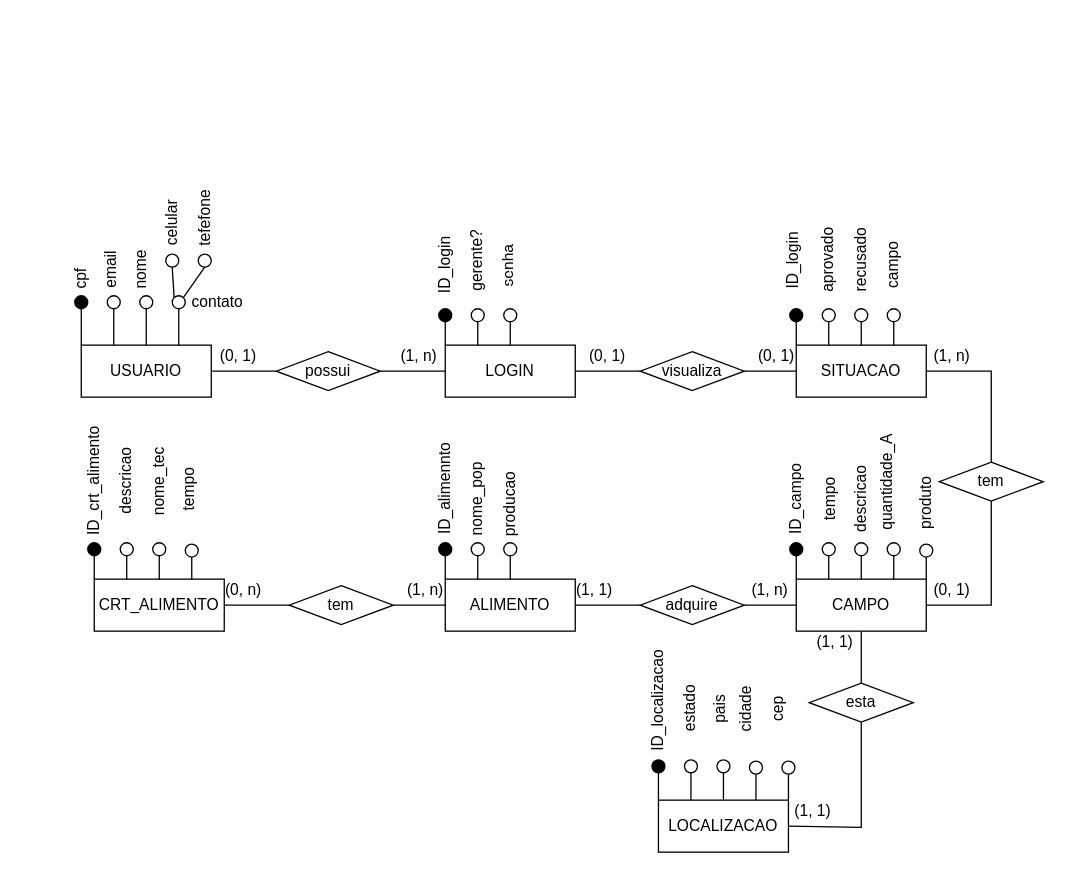
This is conceitual.drawio from Thiago163/api_sistema_trienal, a draw.io file, before an edit. Source tidied: cells renumbered, new cells numbered last; positions are measured from the earlier drawing's top-left corner, leaving out a move shared by most shapes. Both pictures are drawn from the tidied source at 130%, with x=0, y=0 at pixel (61, 207).
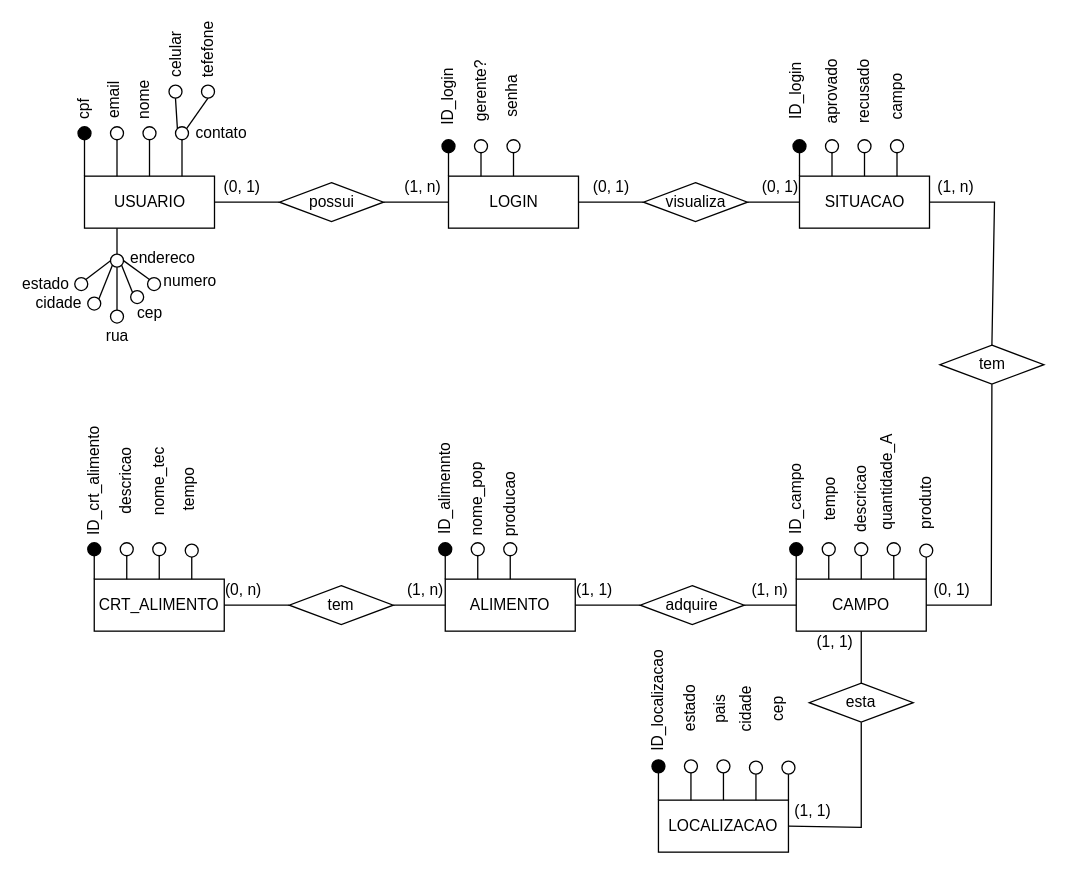
Above is the later version.

The edit, as a diff of the source:
```diff
@@
     <mxCell id="2" value="USUARIO" style="rounded=0;whiteSpace=wrap;html=1;" parent="1" vertex="1">
-      <mxGeometry x="15" y="106" width="100" height="40" as="geometry" />
+      <mxGeometry x="17.5" y="-24" width="100" height="40" as="geometry" />
     </mxCell>
     <mxCell id="3" value="LOGIN" style="rounded=0;whiteSpace=wrap;html=1;" parent="1" vertex="1">
-      <mxGeometry x="295" y="106" width="100" height="40" as="geometry" />
+      <mxGeometry x="297.5" y="-24" width="100" height="40" as="geometry" />
     </mxCell>
@@
     <mxCell id="5" value="SITUACAO" style="rounded=0;whiteSpace=wrap;html=1;" parent="1" vertex="1">
-      <mxGeometry x="565" y="106" width="100" height="40" as="geometry" />
+      <mxGeometry x="567.5" y="-24" width="100" height="40" as="geometry" />
     </mxCell>
@@
     <mxCell id="9" value="possui" style="rhombus;whiteSpace=wrap;html=1;" parent="1" vertex="1">
-      <mxGeometry x="165" y="111" width="80" height="30" as="geometry" />
+      <mxGeometry x="167.5" y="-19" width="80" height="30" as="geometry" />
     </mxCell>
     <mxCell id="10" value="visualiza" style="rhombus;whiteSpace=wrap;html=1;" parent="1" vertex="1">
-      <mxGeometry x="445" y="111" width="80" height="30" as="geometry" />
+      <mxGeometry x="447.5" y="-19" width="80" height="30" as="geometry" />
     </mxCell>
     <mxCell id="11" value="tem" style="rhombus;whiteSpace=wrap;html=1;" parent="1" vertex="1">
-      <mxGeometry x="675" y="196" width="80" height="30" as="geometry" />
+      <mxGeometry x="675.5" y="106" width="80" height="30" as="geometry" />
     </mxCell>
@@
     <mxCell id="15" style="ellipse;whiteSpace=wrap;html=1;fillColor=#000000;" parent="1" vertex="1">
-      <mxGeometry x="10" y="68" width="10" height="10" as="geometry" />
+      <mxGeometry x="12.5" y="-62" width="10" height="10" as="geometry" />
     </mxCell>
@@
     <mxCell id="17" style="ellipse;whiteSpace=wrap;html=1;" parent="1" vertex="1">
-      <mxGeometry x="35" y="68" width="10" height="10" as="geometry" />
+      <mxGeometry x="37.5" y="-62" width="10" height="10" as="geometry" />
     </mxCell>
@@
     <mxCell id="19" style="ellipse;whiteSpace=wrap;html=1;" parent="1" vertex="1">
-      <mxGeometry x="60" y="68" width="10" height="10" as="geometry" />
+      <mxGeometry x="62.5" y="-62" width="10" height="10" as="geometry" />
     </mxCell>
@@
     <mxCell id="21" style="ellipse;whiteSpace=wrap;html=1;" parent="1" vertex="1">
-      <mxGeometry x="85" y="68" width="10" height="10" as="geometry" />
+      <mxGeometry x="87.5" y="-62" width="10" height="10" as="geometry" />
     </mxCell>
@@
     <mxCell id="23" style="ellipse;whiteSpace=wrap;html=1;" parent="1" vertex="1">
-      <mxGeometry x="80" y="36" width="10" height="10" as="geometry" />
+      <mxGeometry x="82.5" y="-94" width="10" height="10" as="geometry" />
     </mxCell>
     <mxCell id="24" style="ellipse;whiteSpace=wrap;html=1;" parent="1" vertex="1">
-      <mxGeometry x="105" y="36" width="10" height="10" as="geometry" />
+      <mxGeometry x="107.5" y="-94" width="10" height="10" as="geometry" />
     </mxCell>
@@
     <mxCell id="27" style="ellipse;whiteSpace=wrap;html=1;fillColor=#000000;" parent="1" vertex="1">
-      <mxGeometry x="290" y="78" width="10" height="10" as="geometry" />
+      <mxGeometry x="292.5" y="-52" width="10" height="10" as="geometry" />
     </mxCell>
@@
     <mxCell id="29" style="ellipse;whiteSpace=wrap;html=1;" parent="1" vertex="1">
-      <mxGeometry x="315" y="78" width="10" height="10" as="geometry" />
+      <mxGeometry x="317.5" y="-52" width="10" height="10" as="geometry" />
     </mxCell>
@@
     <mxCell id="31" style="ellipse;whiteSpace=wrap;html=1;" parent="1" vertex="1">
-      <mxGeometry x="340" y="78" width="10" height="10" as="geometry" />
+      <mxGeometry x="342.5" y="-52" width="10" height="10" as="geometry" />
     </mxCell>
@@
     <mxCell id="33" style="ellipse;whiteSpace=wrap;html=1;fillColor=#000000;" parent="1" vertex="1">
-      <mxGeometry x="560" y="78" width="10" height="10" as="geometry" />
+      <mxGeometry x="562.5" y="-52" width="10" height="10" as="geometry" />
     </mxCell>
@@
     <mxCell id="35" style="ellipse;whiteSpace=wrap;html=1;" parent="1" vertex="1">
-      <mxGeometry x="585" y="78" width="10" height="10" as="geometry" />
+      <mxGeometry x="587.5" y="-52" width="10" height="10" as="geometry" />
     </mxCell>
@@
     <mxCell id="37" style="ellipse;whiteSpace=wrap;html=1;" parent="1" vertex="1">
-      <mxGeometry x="610" y="78" width="10" height="10" as="geometry" />
+      <mxGeometry x="612.5" y="-52" width="10" height="10" as="geometry" />
     </mxCell>
@@
     <mxCell id="39" style="ellipse;whiteSpace=wrap;html=1;" parent="1" vertex="1">
-      <mxGeometry x="635" y="78" width="10" height="10" as="geometry" />
+      <mxGeometry x="637.5" y="-52" width="10" height="10" as="geometry" />
     </mxCell>
@@
     <mxCell id="79" style="endArrow=none;html=1;rounded=0;exitX=0.5;exitY=0;exitDx=0;exitDy=0;entryX=1;entryY=0.5;entryDx=0;entryDy=0;" parent="1" edge="1" source="11" target="5">
       <mxGeometry relative="1" as="geometry">
         <Array as="points">
-          <mxPoint x="715" y="126" />
+          <mxPoint x="717.5" y="-4" />
         </Array>
       </mxGeometry>
     </mxCell>
@@
     <mxCell id="87" value="cpf" style="text;html=1;align=center;verticalAlign=middle;whiteSpace=wrap;rounded=0;rotation=-90;" parent="1" vertex="1">
-      <mxGeometry y="46" width="30" height="18" as="geometry" />
+      <mxGeometry x="2.5" y="-84" width="30" height="18" as="geometry" />
     </mxCell>
     <mxCell id="88" value="email" style="text;html=1;align=center;verticalAlign=middle;whiteSpace=wrap;rounded=0;rotation=-90;" parent="1" vertex="1">
-      <mxGeometry x="23" y="39" width="30" height="18" as="geometry" />
+      <mxGeometry x="25.5" y="-91" width="30" height="18" as="geometry" />
     </mxCell>
     <mxCell id="89" value="nome" style="text;html=1;align=center;verticalAlign=middle;whiteSpace=wrap;rounded=0;rotation=-90;" parent="1" vertex="1">
-      <mxGeometry x="46" y="39" width="30" height="18" as="geometry" />
+      <mxGeometry x="48.5" y="-91" width="30" height="18" as="geometry" />
     </mxCell>
     <mxCell id="90" value="contato" style="text;html=1;align=center;verticalAlign=middle;whiteSpace=wrap;rounded=0;rotation=0;" parent="1" vertex="1">
-      <mxGeometry x="105" y="64" width="30" height="18" as="geometry" />
+      <mxGeometry x="107.5" y="-66" width="30" height="18" as="geometry" />
     </mxCell>
     <mxCell id="91" value="celular" style="text;html=1;align=center;verticalAlign=middle;whiteSpace=wrap;rounded=0;rotation=-90;" parent="1" vertex="1">
-      <mxGeometry x="67.5" y="3.5" width="35" height="18" as="geometry" />
+      <mxGeometry x="70" y="-126.5" width="35" height="18" as="geometry" />
     </mxCell>
     <mxCell id="92" value="tefefone" style="text;html=1;align=center;verticalAlign=middle;whiteSpace=wrap;rounded=0;rotation=-90;" parent="1" vertex="1">
-      <mxGeometry x="88.8" y="-0.2" width="42.5" height="18" as="geometry" />
+      <mxGeometry x="91.2" y="-130.2" width="42.5" height="18" as="geometry" />
     </mxCell>
     <mxCell id="93" value="ID_login" style="text;html=1;align=center;verticalAlign=middle;whiteSpace=wrap;rounded=0;rotation=-90;" parent="1" vertex="1">
-      <mxGeometry x="272.5" y="36" width="45" height="18" as="geometry" />
+      <mxGeometry x="275" y="-94" width="45" height="18" as="geometry" />
     </mxCell>
     <mxCell id="94" value="gerente?" style="text;html=1;align=center;verticalAlign=middle;whiteSpace=wrap;rounded=0;rotation=-90;" parent="1" vertex="1">
-      <mxGeometry x="295" y="32" width="50" height="18" as="geometry" />
+      <mxGeometry x="297.5" y="-98" width="50" height="18" as="geometry" />
     </mxCell>
     <mxCell id="95" value="senha" style="text;html=1;align=center;verticalAlign=middle;whiteSpace=wrap;rounded=0;rotation=-90;" parent="1" vertex="1">
-      <mxGeometry x="319" y="36" width="50" height="18" as="geometry" />
+      <mxGeometry x="321.5" y="-94" width="50" height="18" as="geometry" />
     </mxCell>
     <mxCell id="96" value="ID_login" style="text;html=1;align=center;verticalAlign=middle;whiteSpace=wrap;rounded=0;rotation=-90;" parent="1" vertex="1">
-      <mxGeometry x="540" y="32" width="45" height="18" as="geometry" />
+      <mxGeometry x="542.5" y="-98" width="45" height="18" as="geometry" />
     </mxCell>
     <mxCell id="97" value="aprovado" style="text;html=1;align=center;verticalAlign=middle;whiteSpace=wrap;rounded=0;rotation=-90;" parent="1" vertex="1">
-      <mxGeometry x="567.5" y="32" width="45" height="18" as="geometry" />
+      <mxGeometry x="570" y="-98" width="45" height="18" as="geometry" />
     </mxCell>
     <mxCell id="98" value="recusado" style="text;html=1;align=center;verticalAlign=middle;whiteSpace=wrap;rounded=0;rotation=-90;" parent="1" vertex="1">
-      <mxGeometry x="592.5" y="32" width="45" height="18" as="geometry" />
+      <mxGeometry x="595" y="-98" width="45" height="18" as="geometry" />
     </mxCell>
     <mxCell id="99" value="campo" style="text;html=1;align=center;verticalAlign=middle;whiteSpace=wrap;rounded=0;rotation=-90;" parent="1" vertex="1">
-      <mxGeometry x="617.5" y="36" width="45" height="18" as="geometry" />
+      <mxGeometry x="620" y="-94" width="45" height="18" as="geometry" />
     </mxCell>
@@
     <mxCell id="117" value="(0, 1)" style="text;html=1;align=center;verticalAlign=middle;whiteSpace=wrap;rounded=0;rotation=0;" parent="1" vertex="1">
-      <mxGeometry x="121" y="106" width="30" height="18" as="geometry" />
+      <mxGeometry x="123.5" y="-24" width="30" height="18" as="geometry" />
     </mxCell>
     <mxCell id="118" value="(1, n)" style="text;html=1;align=center;verticalAlign=middle;whiteSpace=wrap;rounded=0;rotation=0;" parent="1" vertex="1">
-      <mxGeometry x="260" y="106" width="30" height="18" as="geometry" />
+      <mxGeometry x="262.5" y="-24" width="30" height="18" as="geometry" />
     </mxCell>
     <mxCell id="119" value="(0, 1)" style="text;html=1;align=center;verticalAlign=middle;whiteSpace=wrap;rounded=0;rotation=0;" parent="1" vertex="1">
-      <mxGeometry x="405" y="106" width="30" height="18" as="geometry" />
+      <mxGeometry x="407.5" y="-24" width="30" height="18" as="geometry" />
     </mxCell>
     <mxCell id="120" value="(0, 1)" style="text;html=1;align=center;verticalAlign=middle;whiteSpace=wrap;rounded=0;rotation=0;" parent="1" vertex="1">
-      <mxGeometry x="535" y="106" width="30" height="18" as="geometry" />
+      <mxGeometry x="537.5" y="-24" width="30" height="18" as="geometry" />
     </mxCell>
     <mxCell id="121" value="(1, n)" style="text;html=1;align=center;verticalAlign=middle;whiteSpace=wrap;rounded=0;rotation=0;" parent="1" vertex="1">
-      <mxGeometry x="670" y="106" width="30" height="18" as="geometry" />
+      <mxGeometry x="672.5" y="-24" width="30" height="18" as="geometry" />
     </mxCell>
@@
+    <mxCell id="129" value="&lt;font style=&quot;font-size: 12px;&quot;&gt;endereco&lt;/font&gt;" style="text;html=1;align=center;verticalAlign=middle;whiteSpace=wrap;rounded=0;rotation=0;" parent="1" vertex="1">
+      <mxGeometry x="62.5" y="31" width="30" height="15" as="geometry" />
+    </mxCell>
+    <mxCell id="130" style="ellipse;whiteSpace=wrap;html=1;" parent="1" vertex="1">
+      <mxGeometry x="37.5" y="36" width="10" height="10" as="geometry" />
+    </mxCell>
+    <mxCell id="131" style="endArrow=none;html=1;rounded=0;entryX=0.25;entryY=1;entryDx=0;entryDy=0;exitX=0.5;exitY=0;exitDx=0;exitDy=0;" parent="1" edge="1" source="130" target="2">
+      <mxGeometry relative="1" as="geometry" />
+    </mxCell>
+    <mxCell id="132" style="endArrow=none;html=1;rounded=0;entryX=0;entryY=1;entryDx=0;entryDy=0;exitX=1;exitY=0;exitDx=0;exitDy=0;" parent="1" edge="1" source="133" target="130">
+      <mxGeometry relative="1" as="geometry" />
+    </mxCell>
+    <mxCell id="133" style="ellipse;whiteSpace=wrap;html=1;" parent="1" vertex="1">
+      <mxGeometry x="20" y="69" width="10" height="10" as="geometry" />
+    </mxCell>
+    <mxCell id="134" style="ellipse;whiteSpace=wrap;html=1;" parent="1" vertex="1">
+      <mxGeometry x="53" y="64" width="10" height="10" as="geometry" />
+    </mxCell>
+    <mxCell id="135" style="endArrow=none;html=1;rounded=0;entryX=1;entryY=1;entryDx=0;entryDy=0;exitX=0;exitY=0;exitDx=0;exitDy=0;" parent="1" edge="1" source="134" target="130">
+      <mxGeometry relative="1" as="geometry" />
+    </mxCell>
+    <mxCell id="136" style="ellipse;whiteSpace=wrap;html=1;" parent="1" vertex="1">
+      <mxGeometry x="37.5" y="79" width="10" height="10" as="geometry" />
+    </mxCell>
+    <mxCell id="137" style="endArrow=none;html=1;rounded=0;entryX=0.5;entryY=1;entryDx=0;entryDy=0;exitX=0.5;exitY=0;exitDx=0;exitDy=0;" parent="1" edge="1" source="136" target="130">
+      <mxGeometry relative="1" as="geometry" />
+    </mxCell>
+    <mxCell id="138" value="&lt;font style=&quot;font-size: 12px;&quot;&gt;rua&lt;/font&gt;" style="text;html=1;align=center;verticalAlign=middle;whiteSpace=wrap;rounded=0;rotation=0;" parent="1" vertex="1">
+      <mxGeometry x="27.5" y="91" width="30" height="15" as="geometry" />
+    </mxCell>
+    <mxCell id="139" value="&lt;font style=&quot;font-size: 12px;&quot;&gt;cidade&lt;/font&gt;" style="text;html=1;align=center;verticalAlign=middle;whiteSpace=wrap;rounded=0;rotation=0;" parent="1" vertex="1">
+      <mxGeometry x="-17.5" y="66.5" width="30" height="15" as="geometry" />
+    </mxCell>
+    <mxCell id="140" value="&lt;font style=&quot;font-size: 12px;&quot;&gt;estado&lt;/font&gt;" style="text;html=1;align=center;verticalAlign=middle;whiteSpace=wrap;rounded=0;rotation=0;" parent="1" vertex="1">
+      <mxGeometry x="-27.5" y="51.5" width="30" height="15" as="geometry" />
+    </mxCell>
+    <mxCell id="141" style="endArrow=none;html=1;rounded=0;entryX=0;entryY=0.5;entryDx=0;entryDy=0;exitX=0;exitY=0;exitDx=0;exitDy=0;" parent="1" edge="1" source="142" target="130">
+      <mxGeometry relative="1" as="geometry" />
+    </mxCell>
+    <mxCell id="142" style="ellipse;whiteSpace=wrap;html=1;direction=south;" parent="1" vertex="1">
+      <mxGeometry x="10" y="54" width="10" height="10" as="geometry" />
+    </mxCell>
+    <mxCell id="143" style="ellipse;whiteSpace=wrap;html=1;" parent="1" vertex="1">
+      <mxGeometry x="66" y="54" width="10" height="10" as="geometry" />
+    </mxCell>
+    <mxCell id="144" style="endArrow=none;html=1;rounded=0;entryX=1;entryY=0.5;entryDx=0;entryDy=0;exitX=0;exitY=0;exitDx=0;exitDy=0;" parent="1" edge="1" source="143" target="130">
+      <mxGeometry relative="1" as="geometry" />
+    </mxCell>
+    <mxCell id="145" value="&lt;font style=&quot;font-size: 12px;&quot;&gt;cep&lt;/font&gt;" style="text;html=1;align=center;verticalAlign=middle;whiteSpace=wrap;rounded=0;rotation=0;" parent="1" vertex="1">
+      <mxGeometry x="53" y="74" width="30" height="15" as="geometry" />
+    </mxCell>
+    <mxCell id="146" value="&lt;font style=&quot;font-size: 12px;&quot;&gt;numero&lt;/font&gt;" style="text;html=1;align=center;verticalAlign=middle;whiteSpace=wrap;rounded=0;rotation=0;" parent="1" vertex="1">
+      <mxGeometry x="83.5" y="49" width="30" height="15" as="geometry" />
+    </mxCell>
```
